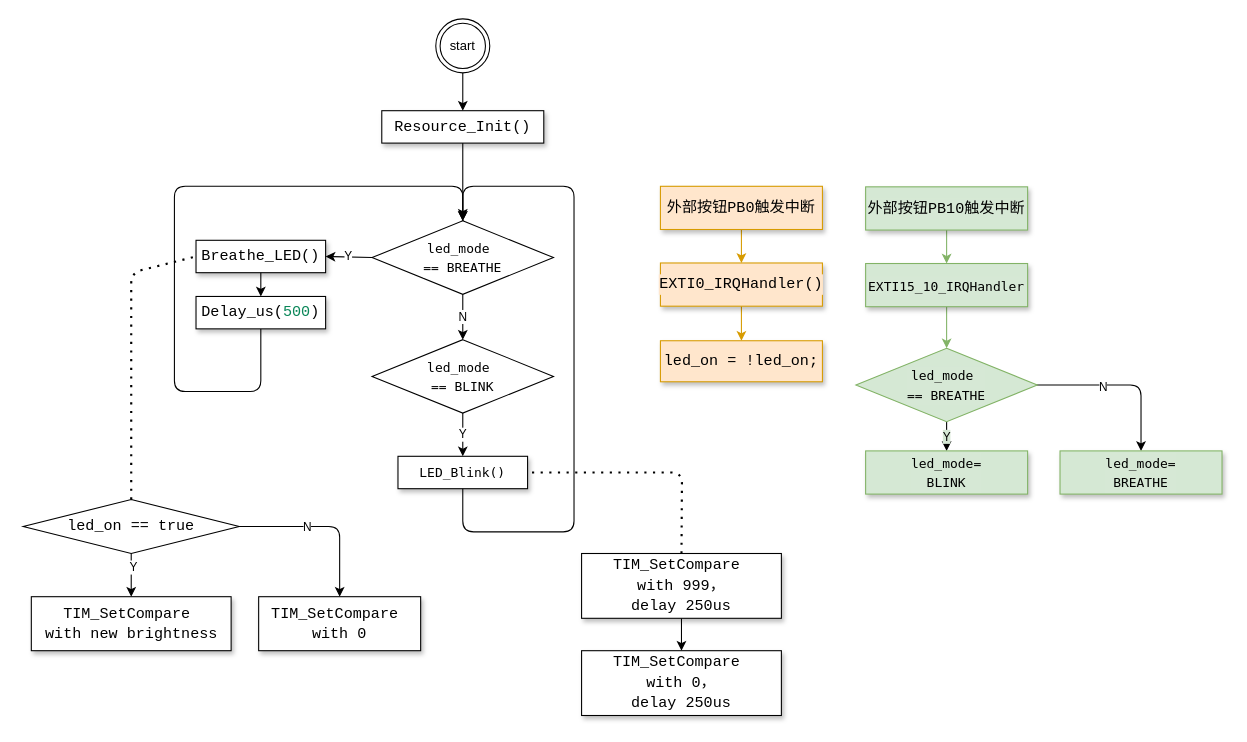
Above: 2nd/3-breathing-Blink-light/flow.drawio in Lzih7/C-language-learning (draw.io), before the change. Source tidied: cells renumbered, new cells numbered last; positions are measured from the earlier drawing's top-left corner, leaving out a move shared by most shapes. Both pictures are drawn from the tidied source at 108%, with x=0, y=0 at pixel (23, 18).
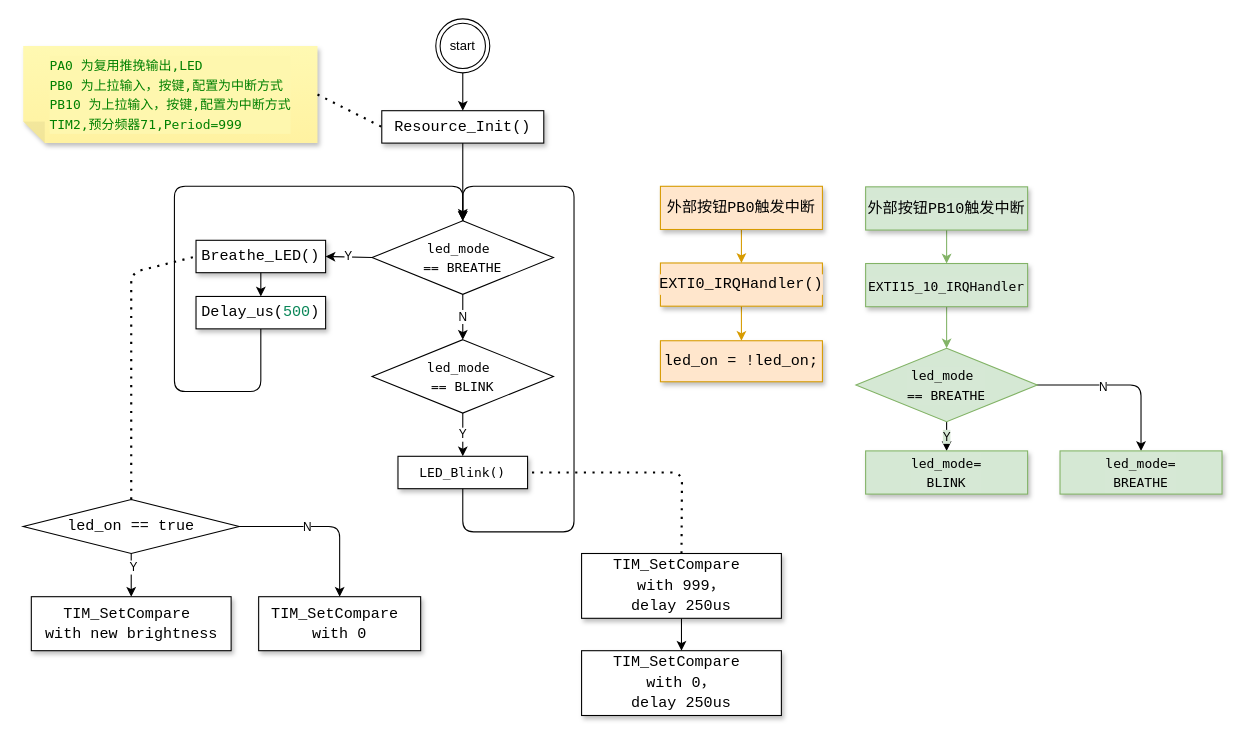
Above is the later version.

Unchanged cells that the change refers to:
```xml
<mxCell id="3" value="&lt;div style=&quot;background-color: rgb(255, 255, 255); font-family: Consolas, &amp;quot;Courier New&amp;quot;, monospace; font-size: 14px; line-height: 19px;&quot;&gt;Resource_Init()&lt;/div&gt;" style="whiteSpace=wrap;html=1;shadow=1;" parent="1" vertex="1">
  <mxGeometry x="332" y="85" width="150" height="30" as="geometry" />
</mxCell>
```

Diff of the diagram source:
```diff
@@
+    <mxCell id="45" value="&lt;div style=&quot;border-color: var(--border-color); text-align: left; font-family: Menlo, Monaco, &amp;quot;Courier New&amp;quot;, monospace; line-height: 18px;&quot;&gt;&lt;span style=&quot;border-color: var(--border-color); color: rgb(0, 128, 0);&quot;&gt;PA0 为复用推挽输出,LED&lt;/span&gt;&lt;/div&gt;&lt;div style=&quot;border-color: var(--border-color); text-align: left; font-family: Menlo, Monaco, &amp;quot;Courier New&amp;quot;, monospace; line-height: 18px;&quot;&gt;&lt;div style=&quot;border-color: var(--border-color); line-height: 18px;&quot;&gt;&lt;span style=&quot;border-color: var(--border-color); color: rgb(0, 128, 0);&quot;&gt;PB0 为上拉输入，按键,配置为中断方式&lt;/span&gt;&lt;/div&gt;&lt;div style=&quot;border-color: var(--border-color); line-height: 18px;&quot;&gt;&lt;span style=&quot;border-color: var(--border-color); color: rgb(0, 128, 0);&quot;&gt;PB10 为上拉输入，按键,配置为中断方式&lt;br&gt;&lt;/span&gt;&lt;/div&gt;&lt;div style=&quot;border-color: var(--border-color); line-height: 18px;&quot;&gt;&lt;span style=&quot;border-color: var(--border-color); color: rgb(0, 128, 0);&quot;&gt;TIM2,&lt;/span&gt;&lt;span style=&quot;border-color: var(--border-color); color: rgb(0, 128, 0);&quot;&gt;预分频器71,&lt;/span&gt;&lt;span style=&quot;border-color: var(--border-color); color: rgb(0, 128, 0);&quot;&gt;Period=999&lt;/span&gt;&lt;/div&gt;&lt;/div&gt;" style="shape=note;whiteSpace=wrap;html=1;backgroundOutline=1;fontColor=#000000;darkOpacity=0.05;fillColor=#FFF9B2;strokeColor=none;fillStyle=solid;direction=west;gradientDirection=north;gradientColor=#FFF2A1;shadow=1;size=20;labelBackgroundColor=#fef7ae;" parent="1" vertex="1">
+      <mxGeometry y="25" width="272.5" height="90" as="geometry" />
+    </mxCell>
+    <mxCell id="46" style="endArrow=none;dashed=1;html=1;dashPattern=1 3;strokeWidth=2;entryX=0;entryY=0.5;entryDx=0;entryDy=0;exitX=0;exitY=0.5;exitDx=0;exitDy=0;exitPerimeter=0;" parent="1" edge="1" source="45" target="3">
+      <mxGeometry relative="1" as="geometry" />
+    </mxCell>
```
